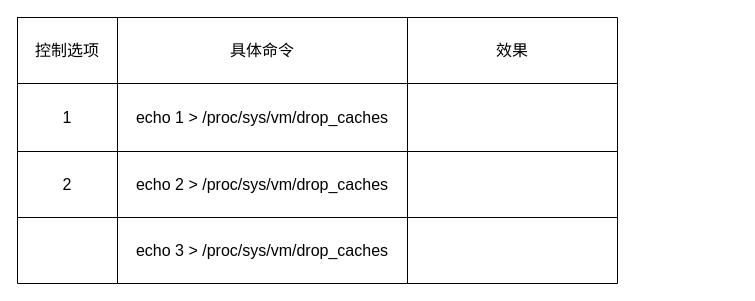
Above: dropcache.drawio in Netech-DevNote/itquestions_pictures (draw.io), before the change. Source tidied: cells renumbered, new cells numbered last; positions are measured from the earlier drawing's top-left corner, leaving out a move shared by most shapes. Both pictures are drawn from the tidied source at 100%, with x=0, y=0 at pixel (17, 17).
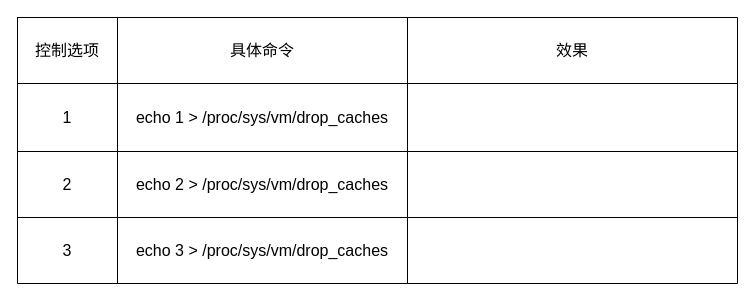
After the change.

Change to the diagram source:
```diff
@@
 <mxGraphModel>
   <root>
     <mxCell id="0" />
     <mxCell id="1" parent="0" />
     <mxCell id="2" style="shape=table;startSize=0;childLayout=tableLayout;fontSize=16;" parent="1" vertex="1">
-      <mxGeometry width="600" height="266" as="geometry" />
+      <mxGeometry width="720" height="266" as="geometry" />
     </mxCell>
     <mxCell id="3" style="shape=tableRow;horizontal=0;startSize=0;swimlaneHead=0;swimlaneBody=0;strokeColor=inherit;top=0;left=0;bottom=0;right=0;fillColor=none;fontSize=16;" parent="2" vertex="1">
-      <mxGeometry width="600" height="66" as="geometry" />
+      <mxGeometry width="720" height="66" as="geometry" />
     </mxCell>
     <mxCell id="4" value="控制选项" style="shape=partialRectangle;html=1;whiteSpace=wrap;strokeColor=inherit;overflow=hidden;fillColor=none;top=0;left=0;bottom=0;right=0;fontSize=16;" parent="3" vertex="1">
       <mxGeometry width="100" height="66" as="geometry" />
     </mxCell>
     <mxCell id="5" value="具体命令" style="shape=partialRectangle;html=1;whiteSpace=wrap;strokeColor=inherit;overflow=hidden;fillColor=none;top=0;left=0;bottom=0;right=0;fontSize=16;" parent="3" vertex="1">
       <mxGeometry x="100" width="290" height="66" as="geometry" />
     </mxCell>
     <mxCell id="6" value="效果" style="shape=partialRectangle;html=1;whiteSpace=wrap;strokeColor=inherit;overflow=hidden;fillColor=none;top=0;left=0;bottom=0;right=0;fontSize=16;" parent="3" vertex="1">
-      <mxGeometry x="390" width="210" height="66" as="geometry" />
+      <mxGeometry x="390" width="330" height="66" as="geometry" />
     </mxCell>
     <mxCell id="7" style="shape=tableRow;horizontal=0;startSize=0;swimlaneHead=0;swimlaneBody=0;strokeColor=inherit;top=0;left=0;bottom=0;right=0;fillColor=none;fontSize=16;" parent="2" vertex="1">
-      <mxGeometry y="66" width="600" height="68" as="geometry" />
+      <mxGeometry y="66" width="720" height="68" as="geometry" />
     </mxCell>
     <mxCell id="8" value="1" style="shape=partialRectangle;html=1;whiteSpace=wrap;strokeColor=inherit;overflow=hidden;fillColor=none;top=0;left=0;bottom=0;right=0;fontSize=16;" parent="7" vertex="1">
       <mxGeometry width="100" height="68" as="geometry" />
     </mxCell>
     <mxCell id="9" value="echo 1 &amp;gt; /proc/sys/vm/drop_caches" style="shape=partialRectangle;html=1;whiteSpace=wrap;strokeColor=inherit;overflow=hidden;fillColor=none;top=0;left=0;bottom=0;right=0;fontSize=16;" parent="7" vertex="1">
       <mxGeometry x="100" width="290" height="68" as="geometry" />
     </mxCell>
     <mxCell id="10" style="shape=partialRectangle;html=1;whiteSpace=wrap;strokeColor=inherit;overflow=hidden;fillColor=none;top=0;left=0;bottom=0;right=0;fontSize=16;" parent="7" vertex="1">
-      <mxGeometry x="390" width="210" height="68" as="geometry" />
+      <mxGeometry x="390" width="330" height="68" as="geometry" />
     </mxCell>
     <mxCell id="11" style="shape=tableRow;horizontal=0;startSize=0;swimlaneHead=0;swimlaneBody=0;strokeColor=inherit;top=0;left=0;bottom=0;right=0;fillColor=none;fontSize=16;swimlaneFillColor=default;" parent="2" vertex="1">
-      <mxGeometry y="134" width="600" height="66" as="geometry" />
+      <mxGeometry y="134" width="720" height="66" as="geometry" />
     </mxCell>
     <mxCell id="12" value="2" style="shape=partialRectangle;html=1;whiteSpace=wrap;strokeColor=inherit;overflow=hidden;fillColor=none;top=0;left=0;bottom=0;right=0;fontSize=16;" parent="11" vertex="1">
       <mxGeometry width="100" height="66" as="geometry" />
     </mxCell>
     <mxCell id="13" value="echo 2 &amp;gt; /proc/sys/vm/drop_caches" style="shape=partialRectangle;html=1;whiteSpace=wrap;strokeColor=inherit;overflow=hidden;fillColor=none;top=0;left=0;bottom=0;right=0;fontSize=16;" parent="11" vertex="1">
       <mxGeometry x="100" width="290" height="66" as="geometry" />
     </mxCell>
     <mxCell id="14" style="shape=partialRectangle;html=1;whiteSpace=wrap;strokeColor=inherit;overflow=hidden;fillColor=none;top=0;left=0;bottom=0;right=0;fontSize=16;" parent="11" vertex="1">
-      <mxGeometry x="390" width="210" height="66" as="geometry" />
+      <mxGeometry x="390" width="330" height="66" as="geometry" />
     </mxCell>
     <mxCell id="15" style="shape=tableRow;horizontal=0;startSize=0;swimlaneHead=0;swimlaneBody=0;strokeColor=inherit;top=0;left=0;bottom=0;right=0;fillColor=none;fontSize=16;swimlaneFillColor=default;" parent="2" vertex="1">
-      <mxGeometry y="200" width="600" height="66" as="geometry" />
+      <mxGeometry y="200" width="720" height="66" as="geometry" />
     </mxCell>
-    <mxCell id="16" style="shape=partialRectangle;html=1;whiteSpace=wrap;strokeColor=inherit;overflow=hidden;fillColor=none;top=0;left=0;bottom=0;right=0;fontSize=16;" parent="15" vertex="1">
+    <mxCell id="16" value="3" style="shape=partialRectangle;html=1;whiteSpace=wrap;strokeColor=inherit;overflow=hidden;fillColor=none;top=0;left=0;bottom=0;right=0;fontSize=16;" parent="15" vertex="1">
       <mxGeometry width="100" height="66" as="geometry" />
     </mxCell>
     <mxCell id="17" value="echo 3 &amp;gt; /proc/sys/vm/drop_caches" style="shape=partialRectangle;html=1;whiteSpace=wrap;strokeColor=inherit;overflow=hidden;fillColor=none;top=0;left=0;bottom=0;right=0;fontSize=16;" parent="15" vertex="1">
       <mxGeometry x="100" width="290" height="66" as="geometry" />
     </mxCell>
     <mxCell id="18" style="shape=partialRectangle;html=1;whiteSpace=wrap;strokeColor=inherit;overflow=hidden;fillColor=none;top=0;left=0;bottom=0;right=0;fontSize=16;" parent="15" vertex="1">
-      <mxGeometry x="390" width="210" height="66" as="geometry" />
+      <mxGeometry x="390" width="330" height="66" as="geometry" />
     </mxCell>
   </root>
 </mxGraphModel>
```
